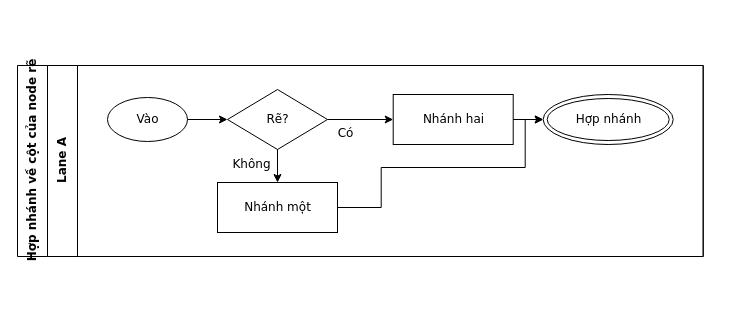
Before: conformance/golden/direction/05-merge-node-LR.drawio in luytbq/flowcast, a draw.io diagram. Source tidied: cells renumbered, new cells numbered last; positions are measured from the earlier drawing's top-left corner, leaving out a move shared by most shapes. Both pictures are drawn from the tidied source at 100%, with x=0, y=0 at pixel (17, 65).
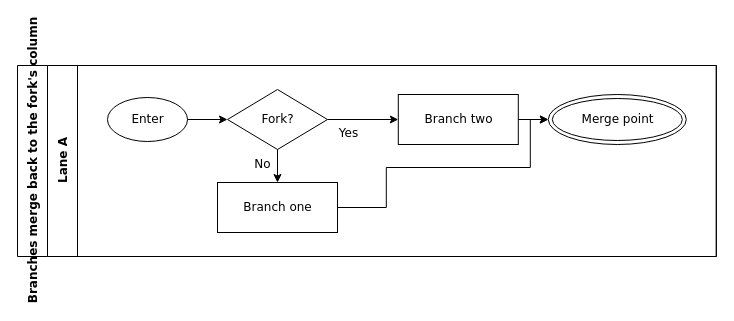
The same page after the edit.

The edit, as a diff of the source:
```diff
@@
 <mxGraphModel>
   <root>
     <mxCell id="0" />
     <mxCell id="1" parent="0" />
-    <mxCell id="2" value="Hợp nhánh về cột của node rẽ" style="swimlane;html=1;horizontal=0;startSize=30;fontStyle=1;fontFamily=Verdana;fontSize=12;flowtable=1;" parent="1" vertex="1">
-      <mxGeometry width="685.7" height="191" as="geometry" />
+    <mxCell id="2" value="Branches merge back to the fork's column" style="swimlane;html=1;horizontal=0;startSize=30;fontStyle=1;fontFamily=Verdana;fontSize=12;flowtable=1;" parent="1" vertex="1">
+      <mxGeometry width="698.8" height="191" as="geometry" />
     </mxCell>
     <mxCell id="3" value="Lane A" style="swimlane;html=1;horizontal=0;startSize=30;fontFamily=Verdana;fontSize=12;flowtable=1;" parent="2" vertex="1">
-      <mxGeometry x="30" width="655.7" height="191" as="geometry" />
+      <mxGeometry x="30" width="668.8" height="191" as="geometry" />
     </mxCell>
-    <mxCell id="4" value="Vào" style="ellipse;html=1;fontFamily=Verdana;fontSize=12;flowtable=1;" parent="3" vertex="1">
+    <mxCell id="4" value="Enter" style="ellipse;html=1;fontFamily=Verdana;fontSize=12;flowtable=1;" parent="3" vertex="1">
       <mxGeometry x="60" y="32" width="80" height="44" as="geometry" />
     </mxCell>
-    <mxCell id="5" value="Rẽ?" style="rhombus;html=1;fontFamily=Verdana;fontSize=12;flowtable=1;" parent="3" vertex="1">
+    <mxCell id="5" value="Fork?" style="rhombus;html=1;fontFamily=Verdana;fontSize=12;flowtable=1;" parent="3" vertex="1">
       <mxGeometry x="180" y="24" width="100" height="60" as="geometry" />
     </mxCell>
-    <mxCell id="6" value="Nhánh một" style="rounded=0;html=1;fontFamily=Verdana;fontSize=12;flowtable=1;" parent="3" vertex="1">
+    <mxCell id="6" value="Branch one" style="rounded=0;html=1;fontFamily=Verdana;fontSize=12;flowtable=1;" parent="3" vertex="1">
       <mxGeometry x="170" y="117" width="120" height="50" as="geometry" />
     </mxCell>
-    <mxCell id="7" value="Nhánh hai" style="rounded=0;html=1;fontFamily=Verdana;fontSize=12;flowtable=1;" parent="3" vertex="1">
-      <mxGeometry x="345.7" y="29" width="120" height="50" as="geometry" />
+    <mxCell id="7" value="Branch two" style="rounded=0;html=1;fontFamily=Verdana;fontSize=12;flowtable=1;" parent="3" vertex="1">
+      <mxGeometry x="350.8" y="29" width="120" height="50" as="geometry" />
     </mxCell>
-    <mxCell id="8" value="Hợp nhánh" style="shape=doubleEllipse;html=1;fontFamily=Verdana;fontSize=12;flowtable=1;" parent="3" vertex="1">
-      <mxGeometry x="495.7" y="29" width="130" height="50" as="geometry" />
+    <mxCell id="8" value="Merge point" style="shape=doubleEllipse;html=1;fontFamily=Verdana;fontSize=12;flowtable=1;" parent="3" vertex="1">
+      <mxGeometry x="500.8" y="29" width="138" height="50" as="geometry" />
     </mxCell>
     <mxCell id="9" style="edgeStyle=orthogonalEdgeStyle;rounded=0;jettySize=auto;html=1;labelBackgroundColor=default;exitX=1;exitY=0.5;exitDx=0;exitDy=0;entryX=0;entryY=0.5;entryDx=0;entryDy=0;fontFamily=Verdana;fontSize=12;flowtable=1;" parent="2" edge="1" source="4" target="5">
       <mxGeometry relative="1" as="geometry" />
     </mxCell>
-    <mxCell id="10" value="Không" style="edgeStyle=orthogonalEdgeStyle;rounded=0;jettySize=auto;html=1;labelBackgroundColor=default;exitX=0.5;exitY=1;exitDx=0;exitDy=0;entryX=0.5;entryY=0;entryDx=0;entryDy=0;fontFamily=Verdana;fontSize=12;flowtable=1;" parent="2" edge="1" source="5" target="6">
+    <mxCell id="10" value="No" style="edgeStyle=orthogonalEdgeStyle;rounded=0;jettySize=auto;html=1;labelBackgroundColor=default;exitX=0.5;exitY=1;exitDx=0;exitDy=0;entryX=0.5;entryY=0;entryDx=0;entryDy=0;fontFamily=Verdana;fontSize=12;flowtable=1;" parent="2" edge="1" source="5" target="6">
       <mxGeometry x="-0.12" relative="1" as="geometry">
-        <mxPoint x="-26.1" as="offset" />
+        <mxPoint x="-15.1" as="offset" />
       </mxGeometry>
     </mxCell>
-    <mxCell id="11" value="Có" style="edgeStyle=orthogonalEdgeStyle;rounded=0;jettySize=auto;html=1;labelBackgroundColor=default;exitX=1;exitY=0.5;exitDx=0;exitDy=0;entryX=0;entryY=0.5;entryDx=0;entryDy=0;fontFamily=Verdana;fontSize=12;flowtable=1;" parent="2" edge="1" source="5" target="7">
-      <mxGeometry x="-0.46" relative="1" as="geometry">
+    <mxCell id="11" value="Yes" style="edgeStyle=orthogonalEdgeStyle;rounded=0;jettySize=auto;html=1;labelBackgroundColor=default;exitX=1;exitY=0.5;exitDx=0;exitDy=0;entryX=0;entryY=0.5;entryDx=0;entryDy=0;fontFamily=Verdana;fontSize=12;flowtable=1;" parent="2" edge="1" source="5" target="7">
+      <mxGeometry x="-0.42" relative="1" as="geometry">
         <mxPoint y="13.5" as="offset" />
       </mxGeometry>
     </mxCell>
     <mxCell id="12" style="edgeStyle=orthogonalEdgeStyle;rounded=0;jettySize=auto;html=1;labelBackgroundColor=default;exitX=1;exitY=0.5;exitDx=0;exitDy=0;entryX=0;entryY=0.5;entryDx=0;entryDy=0;fontFamily=Verdana;fontSize=12;flowtable=1;" parent="2" edge="1" source="6" target="8">
       <mxGeometry relative="1" as="geometry">
         <Array as="points">
-          <mxPoint x="363.7" y="142" />
-          <mxPoint x="363.7" y="102" />
-          <mxPoint x="507.7" y="102" />
-          <mxPoint x="507.7" y="54" />
+          <mxPoint x="368.8" y="142" />
+          <mxPoint x="368.8" y="102" />
+          <mxPoint x="512.8" y="102" />
+          <mxPoint x="512.8" y="54" />
         </Array>
       </mxGeometry>
     </mxCell>
     <mxCell id="13" style="edgeStyle=orthogonalEdgeStyle;rounded=0;jettySize=auto;html=1;labelBackgroundColor=default;exitX=1;exitY=0.5;exitDx=0;exitDy=0;entryX=0;entryY=0.5;entryDx=0;entryDy=0;fontFamily=Verdana;fontSize=12;flowtable=1;" parent="2" edge="1" source="7" target="8">
       <mxGeometry relative="1" as="geometry" />
     </mxCell>
   </root>
 </mxGraphModel>
```
